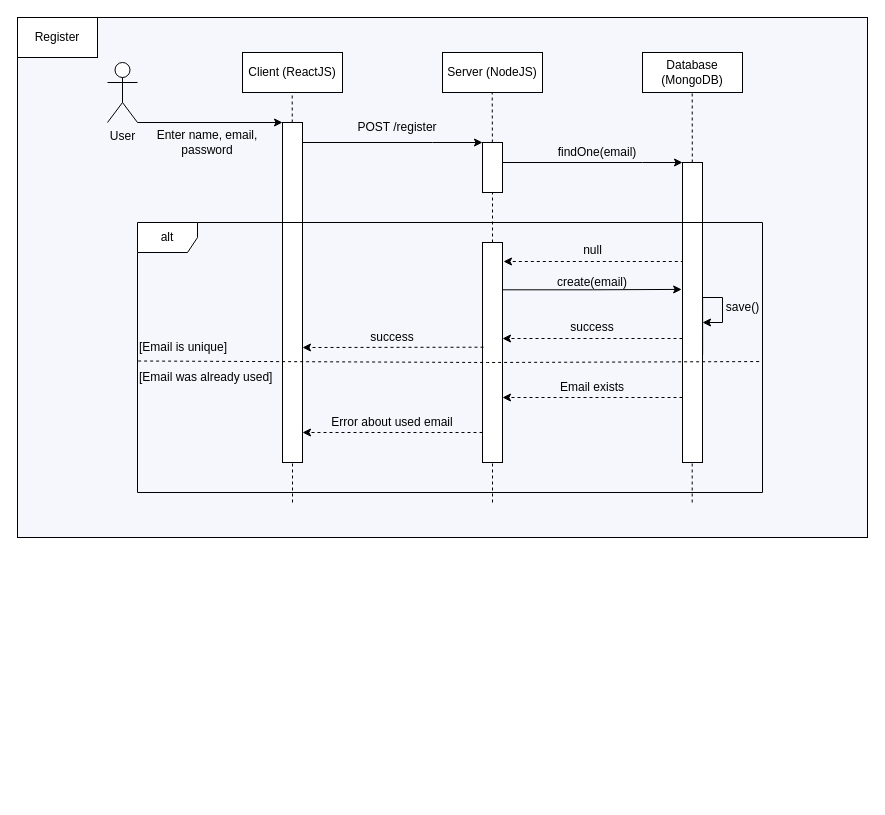
Before: page "Authentication and Authorization" (2 of 2) of system_design/Portfolio_Management_Tracker_Charts.drawio in khanhnq1406/Investment_Portfolio_Tracker, a draw.io diagram. Source tidied: cells renumbered, new cells numbered last; positions are measured from the earlier drawing's top-left corner, leaving out a move shared by most shapes. Both pictures are drawn from the tidied source at 100%, with x=0, y=0 at pixel (17, 17).
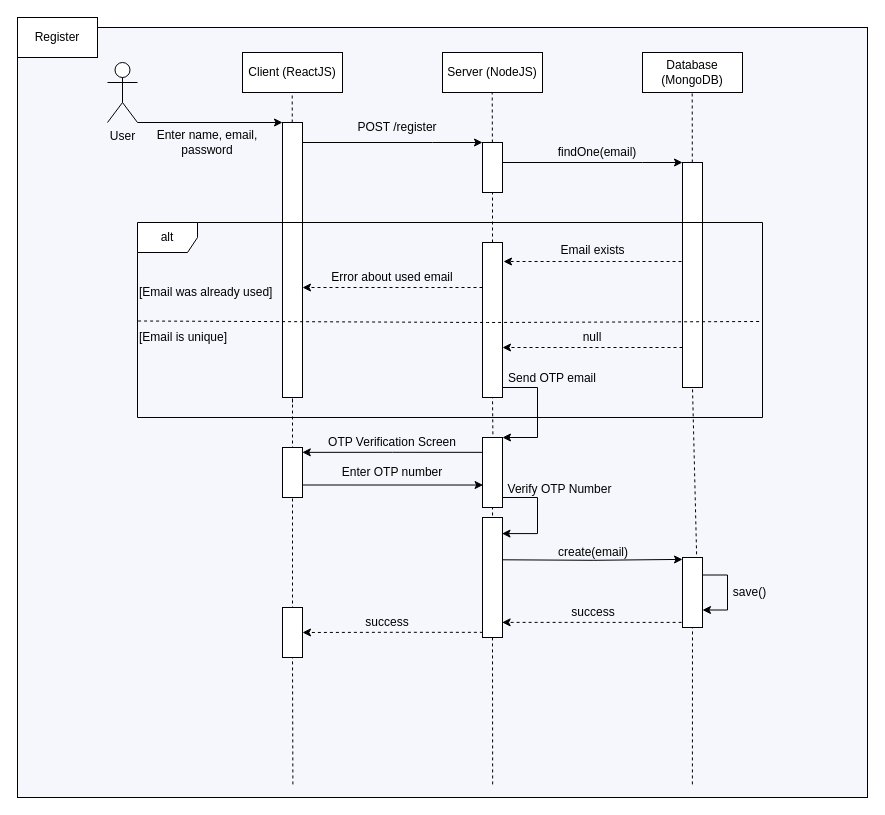
After the change.

What changed in the source:
```diff
@@
     <mxCell id="2" style="rounded=0;whiteSpace=wrap;html=1;labelBackgroundColor=none;labelBorderColor=none;textShadow=0;fillColor=#f5f7fd;" parent="1" vertex="1">
-      <mxGeometry width="850" height="520" as="geometry" />
+      <mxGeometry y="10" width="850" height="770" as="geometry" />
     </mxCell>
@@
     <mxCell id="11" style="rounded=0;whiteSpace=wrap;html=1;" parent="1" vertex="1">
-      <mxGeometry x="265" y="105" width="20" height="340" as="geometry" />
+      <mxGeometry x="265" y="105" width="20" height="275" as="geometry" />
     </mxCell>
@@
-    <mxCell id="16" style="endArrow=none;dashed=1;html=1;rounded=0;" parent="1" edge="1" target="18">
-      <mxGeometry relative="1" as="geometry">
-        <mxPoint x="675" y="385" as="sourcePoint" />
-      </mxGeometry>
-    </mxCell>
@@
     <mxCell id="18" style="rounded=0;whiteSpace=wrap;html=1;" parent="1" vertex="1">
-      <mxGeometry x="665" y="145" width="20" height="300" as="geometry" />
+      <mxGeometry x="665" y="145" width="20" height="225" as="geometry" />
     </mxCell>
@@
-    <mxCell id="21" style="endArrow=none;dashed=1;html=1;rounded=0;" parent="1" edge="1" target="22">
-      <mxGeometry relative="1" as="geometry">
-        <mxPoint x="475" y="385" as="sourcePoint" />
-      </mxGeometry>
-    </mxCell>
+    <mxCell id="46" style="edgeStyle=orthogonalEdgeStyle;rounded=0;jettySize=auto;html=1;exitX=1;exitY=1;exitDx=0;exitDy=0;entryX=1;entryY=0;entryDx=0;entryDy=0;" parent="1" edge="1" source="22" target="50">
+      <mxGeometry relative="1" as="geometry">
+        <Array as="points">
+          <mxPoint x="485" y="370" />
+          <mxPoint x="520" y="370" />
+          <mxPoint x="520" y="420" />
+        </Array>
+      </mxGeometry>
+    </mxCell>
     <mxCell id="22" style="rounded=0;whiteSpace=wrap;html=1;" parent="1" vertex="1">
-      <mxGeometry x="465" y="225" width="20" height="220" as="geometry" />
+      <mxGeometry x="465" y="225" width="20" height="155" as="geometry" />
     </mxCell>
-    <mxCell id="23" value="null" style="text;html=1;align=center;verticalAlign=middle;whiteSpace=wrap;rounded=0;" parent="1" vertex="1">
+    <mxCell id="23" value="Email exists" style="text;html=1;align=center;verticalAlign=middle;whiteSpace=wrap;rounded=0;" parent="1" vertex="1">
       <mxGeometry x="518.8" y="218" width="112.5" height="30" as="geometry" />
     </mxCell>
     <mxCell id="24" value="alt" style="shape=umlFrame;whiteSpace=wrap;html=1;" parent="1" vertex="1">
-      <mxGeometry x="120" y="205" width="625" height="270" as="geometry" />
+      <mxGeometry x="120" y="205" width="625" height="195" as="geometry" />
     </mxCell>
     <mxCell id="25" value="create(email)" style="text;html=1;align=center;verticalAlign=middle;whiteSpace=wrap;rounded=0;" parent="1" vertex="1">
-      <mxGeometry x="525" y="250" width="100" height="30" as="geometry" />
+      <mxGeometry x="525.9" y="520" width="100" height="30" as="geometry" />
     </mxCell>
-    <mxCell id="26" style="edgeStyle=orthogonalEdgeStyle;rounded=0;jettySize=auto;html=1;exitX=1.007;exitY=0.642;exitDx=0;exitDy=0;exitPerimeter=0;" parent="1" edge="1" source="18">
-      <mxGeometry relative="1" as="geometry">
-        <mxPoint x="685" y="305" as="targetPoint" />
-        <Array as="points">
-          <mxPoint x="705" y="280" />
-          <mxPoint x="705" y="305" />
-          <mxPoint x="685" y="305" />
-        </Array>
-      </mxGeometry>
-    </mxCell>
     <mxCell id="27" value="save()" style="text;html=1;align=center;verticalAlign=middle;whiteSpace=wrap;rounded=0;" parent="1" vertex="1">
-      <mxGeometry x="703" y="275" width="45" height="30" as="geometry" />
+      <mxGeometry x="710" y="560" width="45" height="30" as="geometry" />
     </mxCell>
-    <mxCell id="28" value="success" style="text;html=1;align=center;verticalAlign=middle;whiteSpace=wrap;rounded=0;" parent="1" vertex="1">
-      <mxGeometry x="525" y="295" width="100" height="30" as="geometry" />
-    </mxCell>
-    <mxCell id="29" value="success" style="text;html=1;align=center;verticalAlign=middle;whiteSpace=wrap;rounded=0;" parent="1" vertex="1">
-      <mxGeometry x="325" y="305" width="100" height="30" as="geometry" />
-    </mxCell>
-    <mxCell id="30" style="endArrow=none;dashed=1;html=1;rounded=0;exitX=0.001;exitY=0.513;exitDx=0;exitDy=0;exitPerimeter=0;entryX=0.999;entryY=0.515;entryDx=0;entryDy=0;entryPerimeter=0;" parent="1" edge="1" source="24" target="24">
+    <mxCell id="30" style="endArrow=none;dashed=1;html=1;rounded=0;exitX=0.001;exitY=0.513;exitDx=0;exitDy=0;exitPerimeter=0;entryX=0.999;entryY=0.515;entryDx=0;entryDy=0;entryPerimeter=0;" parent="1" edge="1">
       <mxGeometry relative="1" as="geometry">
+        <mxPoint x="120.6" y="303.5" as="sourcePoint" />
+        <mxPoint x="744.4" y="304" as="targetPoint" />
         <Array as="points">
-          <mxPoint x="470" y="345" />
+          <mxPoint x="470" y="305" />
         </Array>
       </mxGeometry>
     </mxCell>
-    <mxCell id="31" style="edgeStyle=orthogonalEdgeStyle;rounded=0;orthogonalLoop=1;jettySize=auto;html=1;dashed=1;" parent="1" edge="1">
-      <mxGeometry relative="1" as="geometry">
-        <mxPoint x="665" y="321" as="sourcePoint" />
-        <mxPoint x="485" y="321" as="targetPoint" />
-        <Array as="points">
-          <mxPoint x="665" y="321" />
-          <mxPoint x="575" y="321" />
-        </Array>
-      </mxGeometry>
-    </mxCell>
-    <mxCell id="32" style="edgeStyle=orthogonalEdgeStyle;rounded=0;orthogonalLoop=1;jettySize=auto;html=1;dashed=1;" parent="1" edge="1">
-      <mxGeometry relative="1" as="geometry">
-        <mxPoint x="466" y="329.7" as="sourcePoint" />
-        <mxPoint x="285" y="330" as="targetPoint" />
-        <Array as="points">
-          <mxPoint x="466" y="329.7" />
-          <mxPoint x="376" y="329.7" />
-        </Array>
-      </mxGeometry>
-    </mxCell>
     <mxCell id="33" style="edgeStyle=orthogonalEdgeStyle;rounded=0;orthogonalLoop=1;jettySize=auto;html=1;dashed=1;" parent="1" edge="1">
       <mxGeometry relative="1" as="geometry">
-        <mxPoint x="665" y="380" as="sourcePoint" />
-        <mxPoint x="485" y="380" as="targetPoint" />
+        <mxPoint x="665" y="330" as="sourcePoint" />
+        <mxPoint x="485" y="330" as="targetPoint" />
         <Array as="points">
-          <mxPoint x="665" y="380" />
-          <mxPoint x="575" y="380" />
+          <mxPoint x="665" y="330" />
+          <mxPoint x="575" y="330" />
         </Array>
       </mxGeometry>
     </mxCell>
-    <mxCell id="34" value="Email exists" style="text;html=1;align=center;verticalAlign=middle;whiteSpace=wrap;rounded=0;" parent="1" vertex="1">
-      <mxGeometry x="525" y="355" width="100" height="30" as="geometry" />
+    <mxCell id="34" value="null" style="text;html=1;align=center;verticalAlign=middle;whiteSpace=wrap;rounded=0;" parent="1" vertex="1">
+      <mxGeometry x="525" y="305" width="100" height="30" as="geometry" />
     </mxCell>
-    <mxCell id="35" style="edgeStyle=orthogonalEdgeStyle;rounded=0;jettySize=auto;html=1;exitX=0.981;exitY=0.215;exitDx=0;exitDy=0;exitPerimeter=0;entryX=-0.043;entryY=0.423;entryDx=0;entryDy=0;entryPerimeter=0;" parent="1" edge="1" source="22" target="18">
-      <mxGeometry relative="1" as="geometry" />
+    <mxCell id="35" style="edgeStyle=orthogonalEdgeStyle;rounded=0;orthogonalLoop=1;jettySize=auto;html=1;exitX=0.981;exitY=0.215;exitDx=0;exitDy=0;exitPerimeter=0;entryX=-0.043;entryY=0.423;entryDx=0;entryDy=0;entryPerimeter=0;" parent="1" edge="1">
+      <mxGeometry relative="1" as="geometry">
+        <mxPoint x="485.5" y="542.3" as="sourcePoint" />
+        <mxPoint x="665" y="541.9" as="targetPoint" />
+      </mxGeometry>
     </mxCell>
     <mxCell id="36" style="edgeStyle=orthogonalEdgeStyle;rounded=0;orthogonalLoop=1;jettySize=auto;html=1;dashed=1;" parent="1" edge="1">
       <mxGeometry relative="1" as="geometry">
-        <mxPoint x="465" y="415" as="sourcePoint" />
-        <mxPoint x="285" y="415" as="targetPoint" />
+        <mxPoint x="465" y="270" as="sourcePoint" />
+        <mxPoint x="285" y="270" as="targetPoint" />
         <Array as="points">
-          <mxPoint x="465" y="415" />
-          <mxPoint x="375" y="415" />
+          <mxPoint x="465" y="270" />
+          <mxPoint x="375" y="270" />
         </Array>
       </mxGeometry>
     </mxCell>
     <mxCell id="37" value="Error about used email" style="text;html=1;align=center;verticalAlign=middle;whiteSpace=wrap;rounded=0;" parent="1" vertex="1">
-      <mxGeometry x="305" y="390" width="140" height="30" as="geometry" />
+      <mxGeometry x="305" y="245" width="140" height="30" as="geometry" />
     </mxCell>
@@
-    <mxCell id="40" style="endArrow=none;dashed=1;html=1;rounded=0;entryX=0.5;entryY=1;entryDx=0;entryDy=0;" parent="1" edge="1" target="11">
-      <mxGeometry relative="1" as="geometry">
-        <mxPoint x="275" y="485" as="sourcePoint" />
-      </mxGeometry>
+    <mxCell id="40" style="endArrow=none;dashed=1;html=1;rounded=0;entryX=0.5;entryY=1;entryDx=0;entryDy=0;exitX=0.5;exitY=1;exitDx=0;exitDy=0;" parent="1" edge="1" source="53" target="11">
+      <mxGeometry relative="1" as="geometry" />
     </mxCell>
-    <mxCell id="41" style="endArrow=none;dashed=1;html=1;rounded=0;entryX=0.5;entryY=1;entryDx=0;entryDy=0;" parent="1" edge="1">
-      <mxGeometry relative="1" as="geometry">
-        <mxPoint x="475" y="485" as="sourcePoint" />
-        <mxPoint x="475" y="445" as="targetPoint" />
-      </mxGeometry>
+    <mxCell id="41" style="endArrow=none;dashed=1;html=1;rounded=0;entryX=0.5;entryY=1;entryDx=0;entryDy=0;exitX=0.559;exitY=0.983;exitDx=0;exitDy=0;exitPerimeter=0;" parent="1" edge="1" source="50" target="22">
+      <mxGeometry relative="1" as="geometry" />
     </mxCell>
-    <mxCell id="42" style="endArrow=none;dashed=1;html=1;rounded=0;entryX=0.5;entryY=1;entryDx=0;entryDy=0;" parent="1" edge="1">
-      <mxGeometry relative="1" as="geometry">
-        <mxPoint x="674.7" y="485" as="sourcePoint" />
-        <mxPoint x="674.7" y="445" as="targetPoint" />
-      </mxGeometry>
+    <mxCell id="42" style="endArrow=none;dashed=1;html=1;rounded=0;entryX=0.5;entryY=1;entryDx=0;entryDy=0;exitX=0.794;exitY=0.983;exitDx=0;exitDy=0;exitPerimeter=0;" parent="1" edge="1" source="62" target="18">
+      <mxGeometry relative="1" as="geometry" />
     </mxCell>
     <mxCell id="43" value="[Email is unique]" style="text;html=1;align=left;verticalAlign=middle;whiteSpace=wrap;rounded=0;" parent="1" vertex="1">
-      <mxGeometry x="120" y="315" width="112.5" height="30" as="geometry" />
+      <mxGeometry x="120" y="305" width="112.5" height="30" as="geometry" />
     </mxCell>
     <mxCell id="44" value="[Email was already used]" style="text;html=1;align=left;verticalAlign=middle;whiteSpace=wrap;rounded=0;" parent="1" vertex="1">
-      <mxGeometry x="120" y="345" width="142.5" height="30" as="geometry" />
+      <mxGeometry x="120" y="260" width="142.5" height="30" as="geometry" />
     </mxCell>
@@
+    <mxCell id="47" style="endArrow=none;dashed=1;html=1;rounded=0;entryX=0.5;entryY=1;entryDx=0;entryDy=0;exitX=0.559;exitY=0.983;exitDx=0;exitDy=0;exitPerimeter=0;" parent="1" edge="1" source="59" target="50">
+      <mxGeometry relative="1" as="geometry" />
+    </mxCell>
+    <mxCell id="48" style="edgeStyle=orthogonalEdgeStyle;rounded=0;jettySize=auto;html=1;exitX=0.005;exitY=0.212;exitDx=0;exitDy=0;entryX=0.99;entryY=0.097;entryDx=0;entryDy=0;entryPerimeter=0;exitPerimeter=0;" parent="1" edge="1" source="50" target="53">
+      <mxGeometry relative="1" as="geometry" />
+    </mxCell>
+    <mxCell id="49" style="edgeStyle=orthogonalEdgeStyle;rounded=0;jettySize=auto;html=1;exitX=0;exitY=1;exitDx=0;exitDy=0;entryX=0.975;entryY=0.134;entryDx=0;entryDy=0;entryPerimeter=0;" parent="1" edge="1" source="60" target="59">
+      <mxGeometry relative="1" as="geometry">
+        <Array as="points">
+          <mxPoint x="485" y="480" />
+          <mxPoint x="520" y="480" />
+          <mxPoint x="520" y="516" />
+        </Array>
+      </mxGeometry>
+    </mxCell>
+    <mxCell id="50" style="rounded=0;whiteSpace=wrap;html=1;" parent="1" vertex="1">
+      <mxGeometry x="465" y="420" width="20" height="70" as="geometry" />
+    </mxCell>
+    <mxCell id="51" value="Send OTP email" style="text;html=1;align=center;verticalAlign=middle;whiteSpace=wrap;rounded=0;" parent="1" vertex="1">
+      <mxGeometry x="485" y="346" width="100" height="30" as="geometry" />
+    </mxCell>
+    <mxCell id="52" style="endArrow=none;dashed=1;html=1;rounded=0;entryX=0.5;entryY=1;entryDx=0;entryDy=0;exitX=0.5;exitY=1;exitDx=0;exitDy=0;" parent="1" edge="1" source="65" target="53">
+      <mxGeometry relative="1" as="geometry" />
+    </mxCell>
+    <mxCell id="53" style="rounded=0;whiteSpace=wrap;html=1;" parent="1" vertex="1">
+      <mxGeometry x="265" y="430" width="20" height="50" as="geometry" />
+    </mxCell>
+    <mxCell id="54" value="OTP Verification Screen" style="text;html=1;align=center;verticalAlign=middle;whiteSpace=wrap;rounded=0;" parent="1" vertex="1">
+      <mxGeometry x="305" y="410" width="140" height="30" as="geometry" />
+    </mxCell>
+    <mxCell id="55" style="edgeStyle=orthogonalEdgeStyle;rounded=0;jettySize=auto;html=1;exitX=1;exitY=0.75;exitDx=0;exitDy=0;entryX=0.029;entryY=0.679;entryDx=0;entryDy=0;entryPerimeter=0;" parent="1" edge="1" source="53" target="50">
+      <mxGeometry relative="1" as="geometry" />
+    </mxCell>
+    <mxCell id="56" value="Enter OTP number" style="text;html=1;align=center;verticalAlign=middle;whiteSpace=wrap;rounded=0;" parent="1" vertex="1">
+      <mxGeometry x="305" y="440" width="140" height="30" as="geometry" />
+    </mxCell>
+    <mxCell id="57" style="endArrow=none;dashed=1;html=1;rounded=0;entryX=0.5;entryY=1;entryDx=0;entryDy=0;exitX=0.559;exitY=0.983;exitDx=0;exitDy=0;exitPerimeter=0;" parent="1" edge="1" source="2" target="59">
+      <mxGeometry relative="1" as="geometry" />
+    </mxCell>
+    <mxCell id="58" style="edgeStyle=orthogonalEdgeStyle;rounded=0;jettySize=auto;html=1;exitX=0.02;exitY=0.957;exitDx=0;exitDy=0;entryX=1;entryY=0.5;entryDx=0;entryDy=0;exitPerimeter=0;dashed=1;" parent="1" edge="1" source="59" target="65">
+      <mxGeometry relative="1" as="geometry" />
+    </mxCell>
+    <mxCell id="59" style="rounded=0;whiteSpace=wrap;html=1;" parent="1" vertex="1">
+      <mxGeometry x="465" y="500" width="20" height="120" as="geometry" />
+    </mxCell>
+    <mxCell id="60" value="Verify OTP Number" style="text;html=1;align=center;verticalAlign=middle;whiteSpace=wrap;rounded=0;" parent="1" vertex="1">
+      <mxGeometry x="485" y="457" width="115" height="30" as="geometry" />
+    </mxCell>
+    <mxCell id="61" style="endArrow=none;dashed=1;html=1;rounded=0;entryX=0.5;entryY=1;entryDx=0;entryDy=0;exitX=0.794;exitY=0.983;exitDx=0;exitDy=0;exitPerimeter=0;" parent="1" edge="1" source="2" target="62">
+      <mxGeometry relative="1" as="geometry" />
+    </mxCell>
+    <mxCell id="62" style="rounded=0;whiteSpace=wrap;html=1;" parent="1" vertex="1">
+      <mxGeometry x="665" y="540" width="20" height="70" as="geometry" />
+    </mxCell>
+    <mxCell id="63" style="edgeStyle=orthogonalEdgeStyle;rounded=0;orthogonalLoop=1;jettySize=auto;html=1;exitX=1;exitY=0.25;exitDx=0;exitDy=0;entryX=1;entryY=0.75;entryDx=0;entryDy=0;" parent="1" edge="1" source="62" target="62">
+      <mxGeometry relative="1" as="geometry">
+        <Array as="points">
+          <mxPoint x="710" y="557" />
+          <mxPoint x="710" y="592" />
+        </Array>
+      </mxGeometry>
+    </mxCell>
+    <mxCell id="64" style="endArrow=none;dashed=1;html=1;rounded=0;entryX=0.5;entryY=1;entryDx=0;entryDy=0;exitX=0.324;exitY=0.983;exitDx=0;exitDy=0;exitPerimeter=0;" parent="1" edge="1" source="2" target="65">
+      <mxGeometry relative="1" as="geometry" />
+    </mxCell>
+    <mxCell id="65" style="rounded=0;whiteSpace=wrap;html=1;" parent="1" vertex="1">
+      <mxGeometry x="265" y="590" width="20" height="50" as="geometry" />
+    </mxCell>
+    <mxCell id="66" style="edgeStyle=orthogonalEdgeStyle;rounded=0;jettySize=auto;html=1;exitX=0;exitY=1;exitDx=0;exitDy=0;entryX=0.981;entryY=0.874;entryDx=0;entryDy=0;entryPerimeter=0;dashed=1;" parent="1" edge="1" source="62" target="59">
+      <mxGeometry relative="1" as="geometry">
+        <Array as="points">
+          <mxPoint x="665" y="605" />
+        </Array>
+      </mxGeometry>
+    </mxCell>
+    <mxCell id="67" value="success" style="text;html=1;align=center;verticalAlign=middle;whiteSpace=wrap;rounded=0;" parent="1" vertex="1">
+      <mxGeometry x="525.9" y="580" width="100" height="30" as="geometry" />
+    </mxCell>
+    <mxCell id="68" value="success" style="text;html=1;align=center;verticalAlign=middle;whiteSpace=wrap;rounded=0;" parent="1" vertex="1">
+      <mxGeometry x="320" y="590" width="100" height="30" as="geometry" />
+    </mxCell>
```
